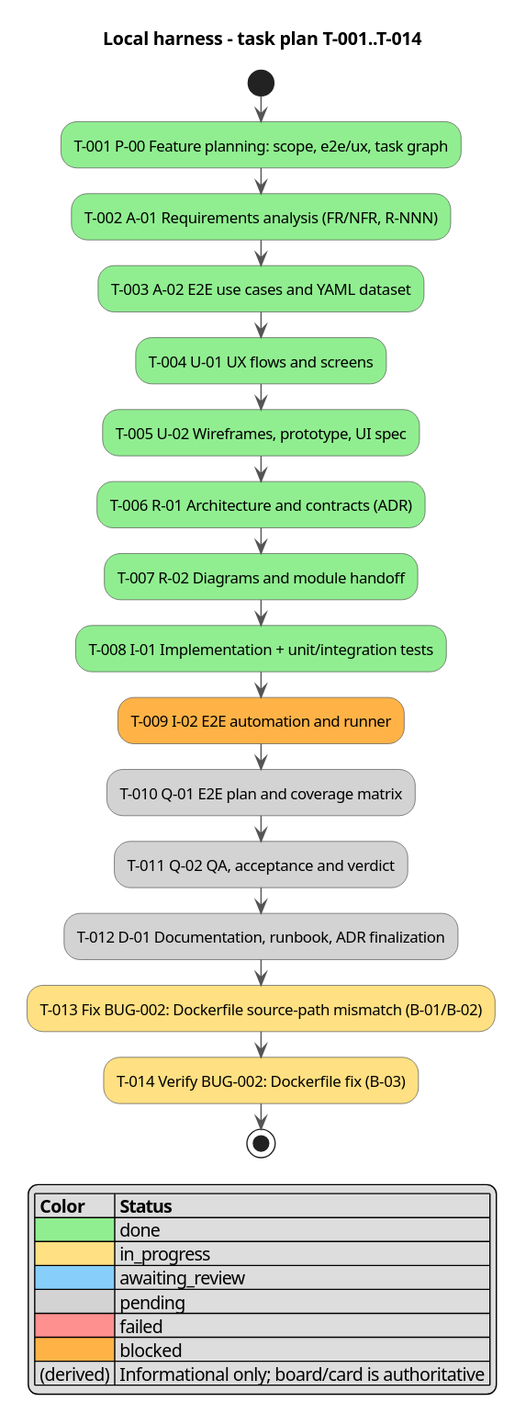
Above: docs/activity.svg in serge-sasov/ai-task-tracker (PlantUML), before the change.
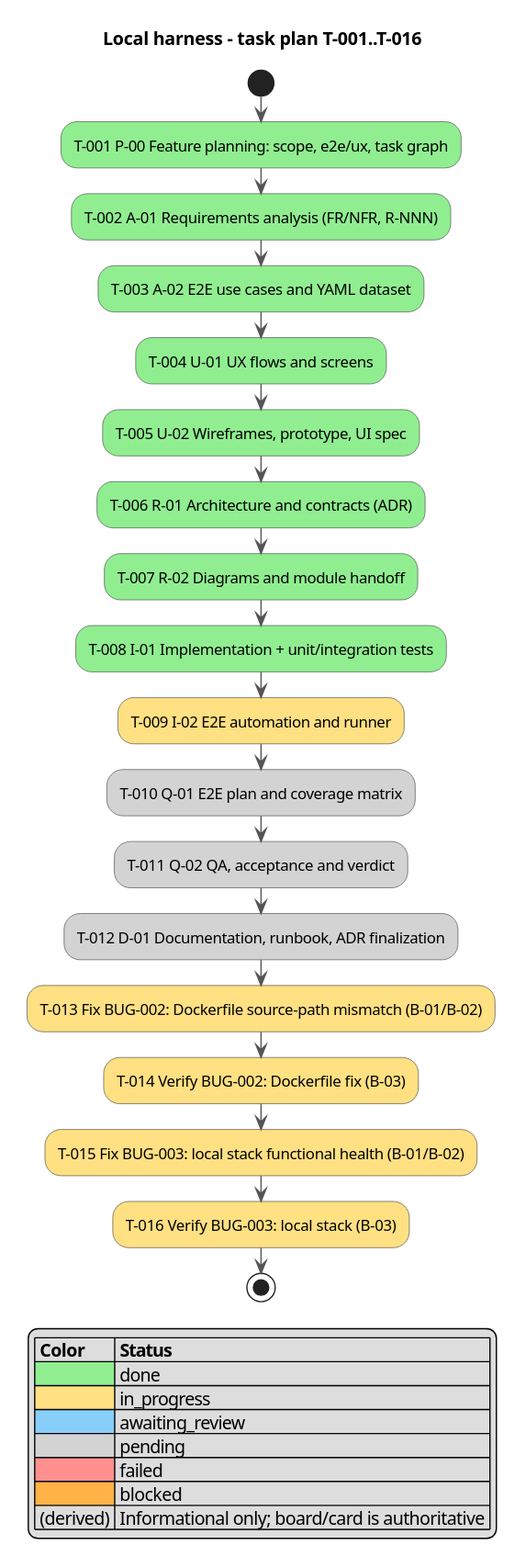
The same file after the commit.

Change to the diagram source:
```diff
@@ -3,7 +3,7 @@
 skinparam ActivityBackgroundColor #FFFFFF
 skinparam ActivityBorderColor #555555
 skinparam ArrowColor #555555
-title Local harness - task plan T-001..T-014
+title Local harness - task plan T-001..T-016
 
 start
 :T-001 P-00 Feature planning: scope, e2e/ux, task graph; <<#90EE90>>
@@ -14,12 +14,14 @@
 :T-006 R-01 Architecture and contracts (ADR); <<#90EE90>>
 :T-007 R-02 Diagrams and module handoff; <<#90EE90>>
 :T-008 I-01 Implementation + unit/integration tests; <<#90EE90>>
-:T-009 I-02 E2E automation and runner; <<#FFB347>>
+:T-009 I-02 E2E automation and runner; <<#FFE082>>
 :T-010 Q-01 E2E plan and coverage matrix; <<#D3D3D3>>
 :T-011 Q-02 QA, acceptance and verdict; <<#D3D3D3>>
 :T-012 D-01 Documentation, runbook, ADR finalization; <<#D3D3D3>>
 :T-013 Fix BUG-002: Dockerfile source-path mismatch (B-01/B-02); <<#FFE082>>
 :T-014 Verify BUG-002: Dockerfile fix (B-03); <<#FFE082>>
+:T-015 Fix BUG-003: local stack functional health (B-01/B-02); <<#FFE082>>
+:T-016 Verify BUG-003: local stack (B-03); <<#FFE082>>
 stop
 
 legend right
```
